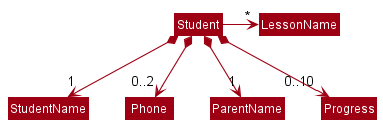
This is docs/images/StudentClassDiagram.png from nus-cs2103-AY2122S1/tp, a PlantUML export, as it was before one commit.
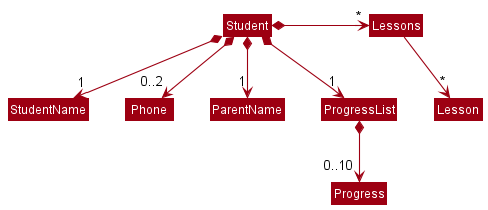
After the change.

Commit message:
Update StudentClassDiagram to reflect Lessons and ProgressList classes

Diff of the diagram source:
```diff
@@ -10,13 +10,17 @@
 Class Phone
 Class ParentName
 Class Progress
-Class LessonName
+Class ProgressList
+Class Lessons
+Class Lesson
 
 Student *--> "1"StudentName
 Student *--> "0..2" Phone
 Student *--> "1"ParentName
-Student *--> "0..10"Progress
-Student -right-> "*"LessonName
+Student *--> "1"ProgressList
+ProgressList *--> "0..10"Progress
+Student *-right-> "*"Lessons
+Lessons --> "*"Lesson
 
 
 @enduml
```
